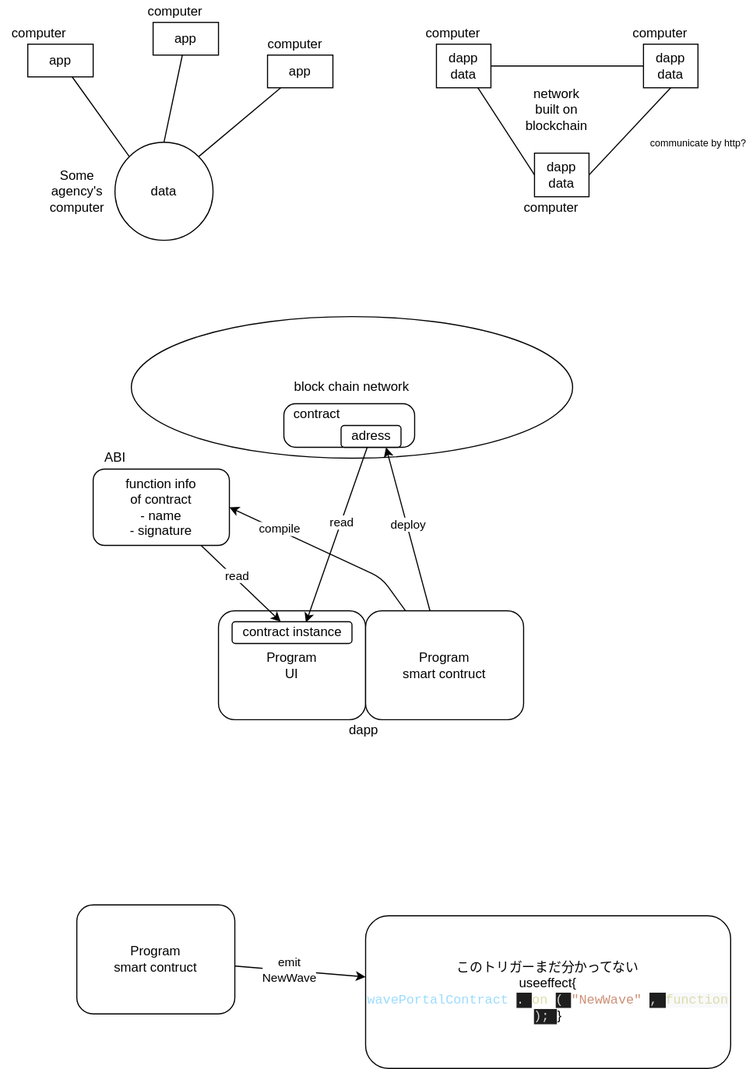
Above: dapp.drawio.svg in ryojiroakiyama/Web3Lab (draw.io), before the change. Source tidied: cells renumbered, new cells last; positions are measured from the earlier drawing's top-left corner, leaving out a move shared by most shapes.
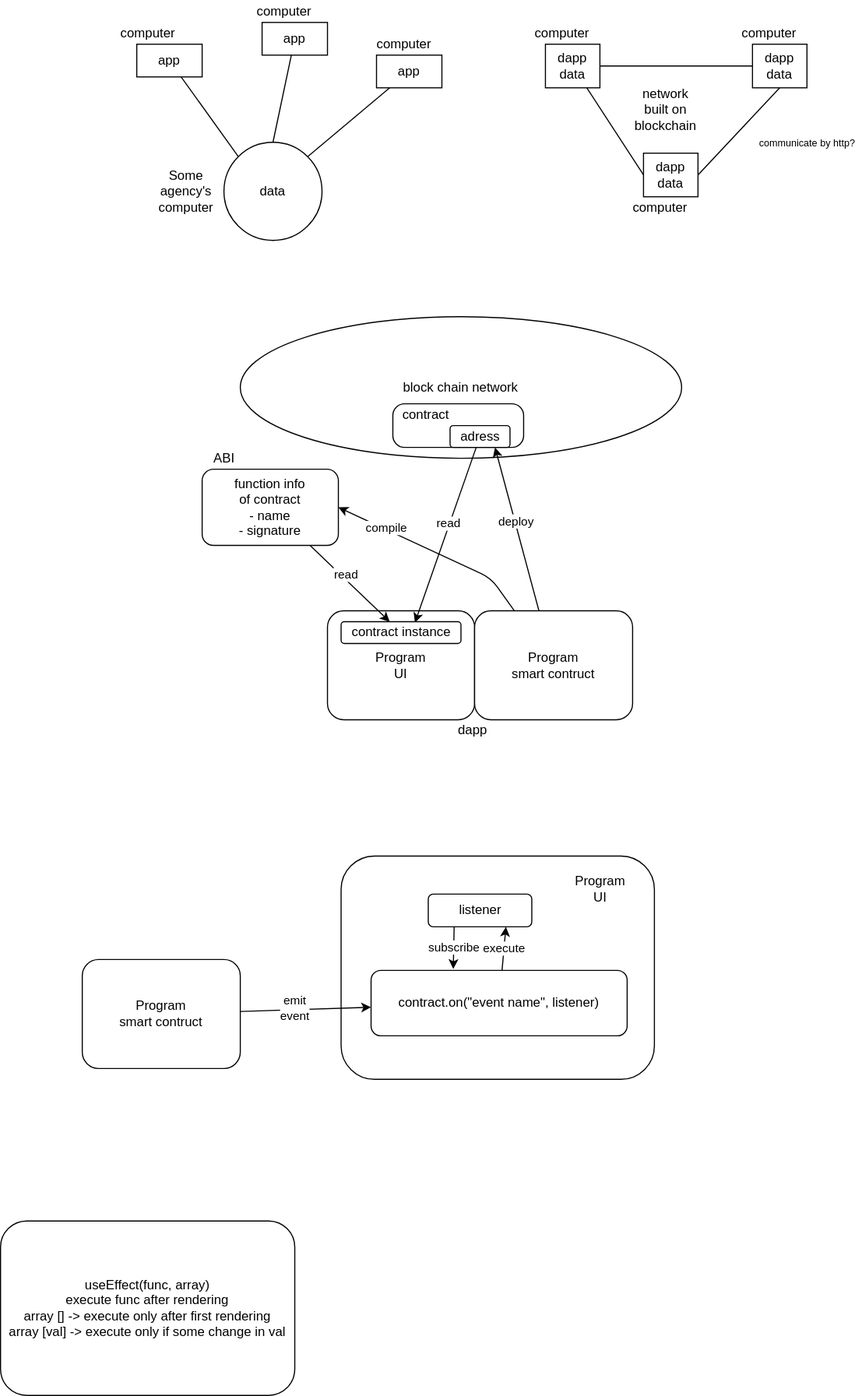
Above is the later version.

Commit message:
リファクタ

The edit, as a diff of the source:
```diff
@@ -2,6 +2,9 @@
   <root>
     <mxCell id="0" />
     <mxCell id="1" parent="0" />
+    <mxCell id="46" style="rounded=1;whiteSpace=wrap;html=1;" parent="1" vertex="1">
+      <mxGeometry x="212.5" y="785" width="287.5" height="205" as="geometry" />
+    </mxCell>
     <mxCell id="2" value="block chain network" style="ellipse;whiteSpace=wrap;html=1;" parent="1" vertex="1">
       <mxGeometry x="120" y="290" width="405" height="130" as="geometry" />
     </mxCell>
@@ -126,17 +129,32 @@
     <mxCell id="41" value="&lt;span&gt;contract&lt;/span&gt;" style="text;html=1;align=center;verticalAlign=middle;strokeColor=none;fillColor=none;" parent="1" vertex="1">
       <mxGeometry x="260" y="370" width="60" height="20" as="geometry" />
     </mxCell>
+    <mxCell id="47" value="execute" style="edgeStyle=none;html=1;entryX=0.75;entryY=1;entryDx=0;entryDy=0;" parent="1" edge="1" source="42" target="50">
+      <mxGeometry relative="1" as="geometry" />
+    </mxCell>
-    <mxCell id="42" value="このトリガーまだ分かってない&lt;br&gt;useeffect{&lt;br&gt;&lt;span style=&quot;font-family: &amp;#34;menlo&amp;#34; , &amp;#34;monaco&amp;#34; , &amp;#34;courier new&amp;#34; , monospace ; color: rgb(156 , 220 , 254)&quot;&gt;wavePortalContract&lt;/span&gt;&lt;span style=&quot;background-color: rgb(30 , 30 , 30) ; color: rgb(212 , 212 , 212) ; font-family: &amp;#34;menlo&amp;#34; , &amp;#34;monaco&amp;#34; , &amp;#34;courier new&amp;#34; , monospace&quot;&gt;.&lt;/span&gt;&lt;span style=&quot;font-family: &amp;#34;menlo&amp;#34; , &amp;#34;monaco&amp;#34; , &amp;#34;courier new&amp;#34; , monospace ; color: rgb(220 , 220 , 170)&quot;&gt;on&lt;/span&gt;&lt;span style=&quot;background-color: rgb(30 , 30 , 30) ; color: rgb(212 , 212 , 212) ; font-family: &amp;#34;menlo&amp;#34; , &amp;#34;monaco&amp;#34; , &amp;#34;courier new&amp;#34; , monospace&quot;&gt;(&lt;/span&gt;&lt;span style=&quot;font-family: &amp;#34;menlo&amp;#34; , &amp;#34;monaco&amp;#34; , &amp;#34;courier new&amp;#34; , monospace ; color: rgb(206 , 145 , 120)&quot;&gt;&quot;NewWave&quot;&lt;/span&gt;&lt;span style=&quot;background-color: rgb(30 , 30 , 30) ; color: rgb(212 , 212 , 212) ; font-family: &amp;#34;menlo&amp;#34; , &amp;#34;monaco&amp;#34; , &amp;#34;courier new&amp;#34; , monospace&quot;&gt;, &lt;/span&gt;&lt;span style=&quot;font-family: &amp;#34;menlo&amp;#34; , &amp;#34;monaco&amp;#34; , &amp;#34;courier new&amp;#34; , monospace ; background-color: rgb(248 , 249 , 250)&quot;&gt;&lt;font color=&quot;#dcdcaa&quot;&gt;function&lt;/font&gt;&lt;/span&gt;&lt;span style=&quot;background-color: rgb(30 , 30 , 30) ; color: rgb(212 , 212 , 212) ; font-family: &amp;#34;menlo&amp;#34; , &amp;#34;monaco&amp;#34; , &amp;#34;courier new&amp;#34; , monospace&quot;&gt;);&lt;/span&gt;}" style="rounded=1;whiteSpace=wrap;html=1;" parent="1" vertex="1">
-      <mxGeometry x="335" y="840" width="335" height="140" as="geometry" />
+    <mxCell id="42" value="contract.on(&quot;event name&quot;, listener)" style="rounded=1;whiteSpace=wrap;html=1;" parent="1" vertex="1">
+      <mxGeometry x="240" y="890" width="235" height="60" as="geometry" />
     </mxCell>
     <mxCell id="43" style="edgeStyle=none;html=1;" parent="1" edge="1" source="45" target="42">
       <mxGeometry relative="1" as="geometry" />
     </mxCell>
-    <mxCell id="44" value="emit&lt;br&gt;NewWave" style="edgeLabel;html=1;align=center;verticalAlign=middle;" parent="43" vertex="1">
+    <mxCell id="44" value="emit&lt;br&gt;event" style="edgeLabel;html=1;align=center;verticalAlign=middle;" parent="43" vertex="1">
       <mxGeometry x="-0.17" y="2" relative="1" as="geometry" />
     </mxCell>
     <mxCell id="45" value="Program&lt;br&gt;smart contruct" style="rounded=1;whiteSpace=wrap;html=1;" parent="1" vertex="1">
-      <mxGeometry x="70" y="830" width="145" height="100" as="geometry" />
+      <mxGeometry x="-25" y="880" width="145" height="100" as="geometry" />
     </mxCell>
+    <mxCell id="48" value="useEffect(func, array)&lt;br&gt;execute func after rendering&lt;br&gt;array [] -&amp;gt; execute only after first rendering&lt;br&gt;array [val] -&amp;gt; execute only if some change in val" style="rounded=1;whiteSpace=wrap;html=1;" parent="1" vertex="1">
+      <mxGeometry x="-100" y="1120" width="270" height="160" as="geometry" />
+    </mxCell>
+    <mxCell id="49" value="subscribe" style="edgeStyle=none;html=1;entryX=0.321;entryY=-0.021;entryDx=0;entryDy=0;exitX=0.25;exitY=1;exitDx=0;exitDy=0;entryPerimeter=0;" parent="1" edge="1" source="50" target="42">
+      <mxGeometry relative="1" as="geometry" />
+    </mxCell>
+    <mxCell id="50" value="listener" style="rounded=1;whiteSpace=wrap;html=1;" parent="1" vertex="1">
+      <mxGeometry x="292.5" y="820" width="95" height="30" as="geometry" />
+    </mxCell>
+    <mxCell id="51" value="Program&lt;br&gt;UI" style="text;html=1;align=center;verticalAlign=middle;strokeColor=none;fillColor=none;" parent="1" vertex="1">
+      <mxGeometry x="420" y="800" width="60" height="30" as="geometry" />
+    </mxCell>
   </root>
 </mxGraphModel>
```
